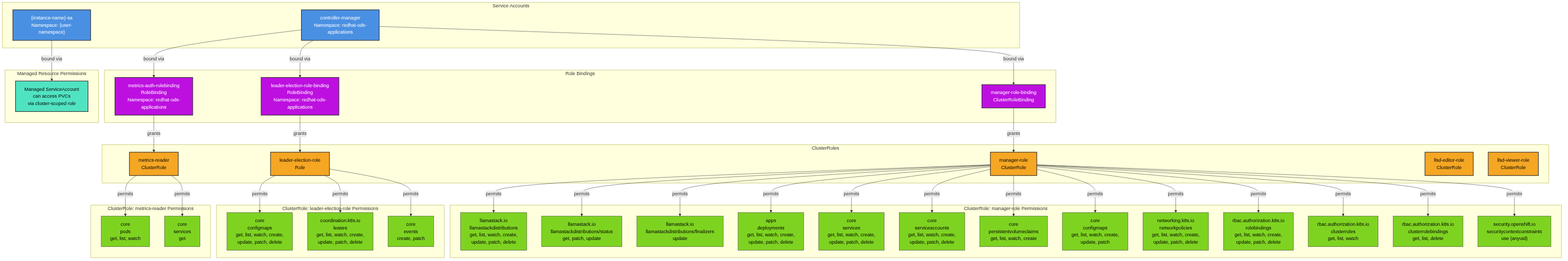
This is architecture/rhoai-3.0/diagrams/llama-stack-k8s-operator-rbac.png from rhuss/architecture-context, a Mermaid export, as it was before one commit. Its source is kept beside it as architecture/rhoai-3.0/diagrams/llama-stack-k8s-operator-rbac.mmd.
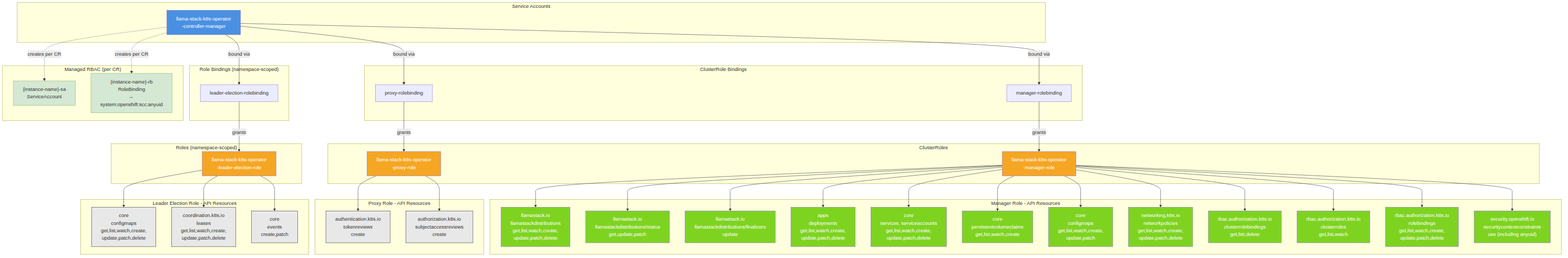
Above is the later version.

Diff of the diagram source:
```diff
@@ -1,104 +1,108 @@
+
 graph TD
-    subgraph "Service Accounts"
-        SA_Controller[controller-manager<br/>Namespace: redhat-ods-applications]
-        SA_Managed["{instance-name}-sa<br/>Namespace: {user-namespace}"]
+    subgraph ServiceAccounts["Service Accounts"]
+        SA["llama-stack-k8s-operator<br/>-controller-manager"]
     end
 
-    subgraph "ClusterRoles"
-        CR_Manager[manager-role<br/>ClusterRole]
-        CR_LeaderElection[leader-election-role<br/>Role]
-        CR_Metrics[metrics-reader<br/>ClusterRole]
-        CR_Editor[llsd-editor-role<br/>ClusterRole]
-        CR_Viewer[llsd-viewer-role<br/>ClusterRole]
+    subgraph ClusterRoleBindings["ClusterRole Bindings"]
+        CRB1["manager-rolebinding"]
+        CRB2["proxy-rolebinding"]
     end
 
-    subgraph "ClusterRole: manager-role Permissions"
-        direction TB
-
-        Perm_LLSD["llamastack.io<br/>llamastackdistributions<br/>get, list, watch, create,<br/>update, patch, delete"]
-        Perm_LLSD_Status["llamastack.io<br/>llamastackdistributions/status<br/>get, patch, update"]
-        Perm_LLSD_Finalizers["llamastack.io<br/>llamastackdistributions/finalizers<br/>update"]
-
-        Perm_Deployments["apps<br/>deployments<br/>get, list, watch, create,<br/>update, patch, delete"]
-
-        Perm_Services["core<br/>services<br/>get, list, watch, create,<br/>update, patch, delete"]
-        Perm_SA["core<br/>serviceaccounts<br/>get, list, watch, create,<br/>update, patch, delete"]
-        Perm_PVC["core<br/>persistentvolumeclaims<br/>get, list, watch, create"]
-        Perm_ConfigMaps["core<br/>configmaps<br/>get, list, watch, create,<br/>update, patch"]
-
-        Perm_NetPolicies["networking.k8s.io<br/>networkpolicies<br/>get, list, watch, create,<br/>update, patch, delete"]
-
-        Perm_RoleBindings["rbac.authorization.k8s.io<br/>rolebindings<br/>get, list, watch, create,<br/>update, patch, delete"]
-        Perm_ClusterRoles["rbac.authorization.k8s.io<br/>clusterroles<br/>get, list, watch"]
-        Perm_ClusterRoleBindings["rbac.authorization.k8s.io<br/>clusterrolebindings<br/>get, list, delete"]
-
-        Perm_SCC["security.openshift.io<br/>securitycontextconstraints<br/>use (anyuid)"]
+    subgraph ClusterRoles["ClusterRoles"]
+        CR_Manager["llama-stack-k8s-operator<br/>-manager-role"]
+        CR_Proxy["llama-stack-k8s-operator<br/>-proxy-role"]
     end
 
-    subgraph "ClusterRole: leader-election-role Permissions"
-        direction TB
-
-        Perm_LE_ConfigMaps["core<br/>configmaps<br/>get, list, watch, create,<br/>update, patch, delete"]
-        Perm_LE_Leases["coordination.k8s.io<br/>leases<br/>get, list, watch, create,<br/>update, patch, delete"]
-        Perm_LE_Events["core<br/>events<br/>create, patch"]
+    subgraph RoleBindings_NS["Role Bindings (namespace-scoped)"]
+        RB_Leader["leader-election-rolebinding"]
     end
 
-    subgraph "ClusterRole: metrics-reader Permissions"
-        direction TB
-
-        Perm_Metrics_Pods["core<br/>pods<br/>get, list, watch"]
-        Perm_Metrics_Services["core<br/>services<br/>get"]
+    subgraph Roles_NS["Roles (namespace-scoped)"]
+        R_Leader["llama-stack-k8s-operator<br/>-leader-election-role"]
     end
 
-    subgraph "Role Bindings"
-        CRB_Manager[manager-role-binding<br/>ClusterRoleBinding]
-        RB_LeaderElection[leader-election-role-binding<br/>RoleBinding<br/>Namespace: redhat-ods-applications]
-        RB_Metrics[metrics-auth-rolebinding<br/>RoleBinding<br/>Namespace: redhat-ods-applications]
+    subgraph ManagerResources["Manager Role - API Resources"]
+        LLSD["llamastack.io<br/>llamastackdistributions<br/>get,list,watch,create,<br/>update,patch,delete"]
+        LLSDStatus["llamastack.io<br/>llamastackdistributions/status<br/>get,update,patch"]
+        LLSDFinalizers["llamastack.io<br/>llamastackdistributions/finalizers<br/>update"]
+        Deployments["apps<br/>deployments<br/>get,list,watch,create,<br/>update,patch,delete"]
+        Services["core<br/>services, serviceaccounts<br/>get,list,watch,create,<br/>update,patch,delete"]
+        PVCs["core<br/>persistentvolumeclaims<br/>get,list,watch,create"]
+        ConfigMaps["core<br/>configmaps<br/>get,list,watch,create,<br/>update,patch"]
+        NetPolicies["networking.k8s.io<br/>networkpolicies<br/>get,list,watch,create,<br/>update,patch,delete"]
+        CRBs["rbac.authorization.k8s.io<br/>clusterrolebindings<br/>get,list,delete"]
+        CRoles["rbac.authorization.k8s.io<br/>clusterroles<br/>get,list,watch"]
+        RoleBindings["rbac.authorization.k8s.io<br/>rolebindings<br/>get,list,watch,create,<br/>update,patch,delete"]
+        SCCs["security.openshift.io<br/>securitycontextconstraints<br/>use (including anyuid)"]
     end
 
-    subgraph "Managed Resource Permissions"
-        Perm_Managed_PVC["Managed ServiceAccount<br/>can access PVCs<br/>via cluster-scoped role"]
+    subgraph ProxyResources["Proxy Role - API Resources"]
+        TokenReviews["authentication.k8s.io<br/>tokenreviews<br/>create"]
+        SAR["authorization.k8s.io<br/>subjectaccessreviews<br/>create"]
     end
 
-    SA_Controller -->|bound via| CRB_Manager
-    SA_Controller -->|bound via| RB_LeaderElection
-    SA_Controller -->|bound via| RB_Metrics
+    subgraph LeaderResources["Leader Election Role - API Resources"]
+        LE_ConfigMaps["core<br/>configmaps<br/>get,list,watch,create,<br/>update,patch,delete"]
+        LE_Leases["coordination.k8s.io<br/>leases<br/>get,list,watch,create,<br/>update,patch,delete"]
+        LE_Events["core<br/>events<br/>create,patch"]
+    end
 
-    SA_Managed -->|bound via| Perm_Managed_PVC
+    subgraph ManagedRBAC["Managed RBAC (per CR)"]
+        ManagedSA["{instance-name}-sa<br/>ServiceAccount"]
+        ManagedRB["{instance-name}-rb<br/>RoleBinding<br/>→ system:openshift:scc:anyuid"]
+    end
 
-    CRB_Manager -->|grants| CR_Manager
-    RB_LeaderElection -->|grants| CR_LeaderElection
-    RB_Metrics -->|grants| CR_Metrics
+    SA -->|bound via| CRB1
+    SA -->|bound via| CRB2
+    SA -->|bound via| RB_Leader
+    CRB1 -->|grants| CR_Manager
+    CRB2 -->|grants| CR_Proxy
+    RB_Leader -->|grants| R_Leader
 
-    CR_Manager -->|permits| Perm_LLSD
-    CR_Manager -->|permits| Perm_LLSD_Status
-    CR_Manager -->|permits| Perm_LLSD_Finalizers
-    CR_Manager -->|permits| Perm_Deployments
-    CR_Manager -->|permits| Perm_Services
-    CR_Manager -->|permits| Perm_SA
-    CR_Manager -->|permits| Perm_PVC
-    CR_Manager -->|permits| Perm_ConfigMaps
-    CR_Manager -->|permits| Perm_NetPolicies
-    CR_Manager -->|permits| Perm_RoleBindings
-    CR_Manager -->|permits| Perm_ClusterRoles
-    CR_Manager -->|permits| Perm_ClusterRoleBindings
-    CR_Manager -->|permits| Perm_SCC
+    CR_Manager --> LLSD
+    CR_Manager --> LLSDStatus
+    CR_Manager --> LLSDFinalizers
+    CR_Manager --> Deployments
+    CR_Manager --> Services
+    CR_Manager --> PVCs
+    CR_Manager --> ConfigMaps
+    CR_Manager --> NetPolicies
+    CR_Manager --> CRBs
+    CR_Manager --> CRoles
+    CR_Manager --> RoleBindings
+    CR_Manager --> SCCs
 
-    CR_LeaderElection -->|permits| Perm_LE_ConfigMaps
-    CR_LeaderElection -->|permits| Perm_LE_Leases
-    CR_LeaderElection -->|permits| Perm_LE_Events
+    CR_Proxy --> TokenReviews
+    CR_Proxy --> SAR
 
-    CR_Metrics -->|permits| Perm_Metrics_Pods
-    CR_Metrics -->|permits| Perm_Metrics_Services
+    R_Leader --> LE_ConfigMaps
+    R_Leader --> LE_Leases
+    R_Leader --> LE_Events
 
-    classDef serviceAccount fill:#4a90e2,stroke:#333,stroke-width:2px,color:#fff
-    classDef clusterRole fill:#f5a623,stroke:#333,stroke-width:2px,color:#000
-    classDef permission fill:#7ed321,stroke:#333,stroke-width:1px,color:#000
-    classDef binding fill:#bd10e0,stroke:#333,stroke-width:2px,color:#fff
-    classDef managed fill:#50E3C2,stroke:#333,stroke-width:2px,color:#000
+    SA -.->|creates per CR| ManagedSA
+    SA -.->|creates per CR| ManagedRB
 
-    class SA_Controller,SA_Managed serviceAccount
-    class CR_Manager,CR_LeaderElection,CR_Metrics,CR_Editor,CR_Viewer clusterRole
-    class Perm_LLSD,Perm_LLSD_Status,Perm_LLSD_Finalizers,Perm_Deployments,Perm_Services,Perm_SA,Perm_PVC,Perm_ConfigMaps,Perm_NetPolicies,Perm_RoleBindings,Perm_ClusterRoles,Perm_ClusterRoleBindings,Perm_SCC,Perm_LE_ConfigMaps,Perm_LE_Leases,Perm_LE_Events,Perm_Metrics_Pods,Perm_Metrics_Services permission
-    class CRB_Manager,RB_LeaderElection,RB_Metrics binding
-    class Perm_Managed_PVC managed
+    style SA fill:#4a90e2,color:#fff
+    style CR_Manager fill:#f5a623,color:#fff
+    style CR_Proxy fill:#f5a623,color:#fff
+    style R_Leader fill:#f5a623,color:#fff
+    style LLSD fill:#7ed321,color:#fff
+    style LLSDStatus fill:#7ed321,color:#fff
+    style LLSDFinalizers fill:#7ed321,color:#fff
+    style Deployments fill:#7ed321,color:#fff
+    style Services fill:#7ed321,color:#fff
+    style PVCs fill:#7ed321,color:#fff
+    style ConfigMaps fill:#7ed321,color:#fff
+    style NetPolicies fill:#7ed321,color:#fff
+    style CRBs fill:#7ed321,color:#fff
+    style CRoles fill:#7ed321,color:#fff
+    style RoleBindings fill:#7ed321,color:#fff
+    style SCCs fill:#7ed321,color:#fff
+    style TokenReviews fill:#e8e8e8,stroke:#333
+    style SAR fill:#e8e8e8,stroke:#333
+    style LE_ConfigMaps fill:#e8e8e8,stroke:#333
+    style LE_Leases fill:#e8e8e8,stroke:#333
+    style LE_Events fill:#e8e8e8,stroke:#333
+    style ManagedSA fill:#d5e8d4,stroke:#82b366
+    style ManagedRB fill:#d5e8d4,stroke:#82b366
```
